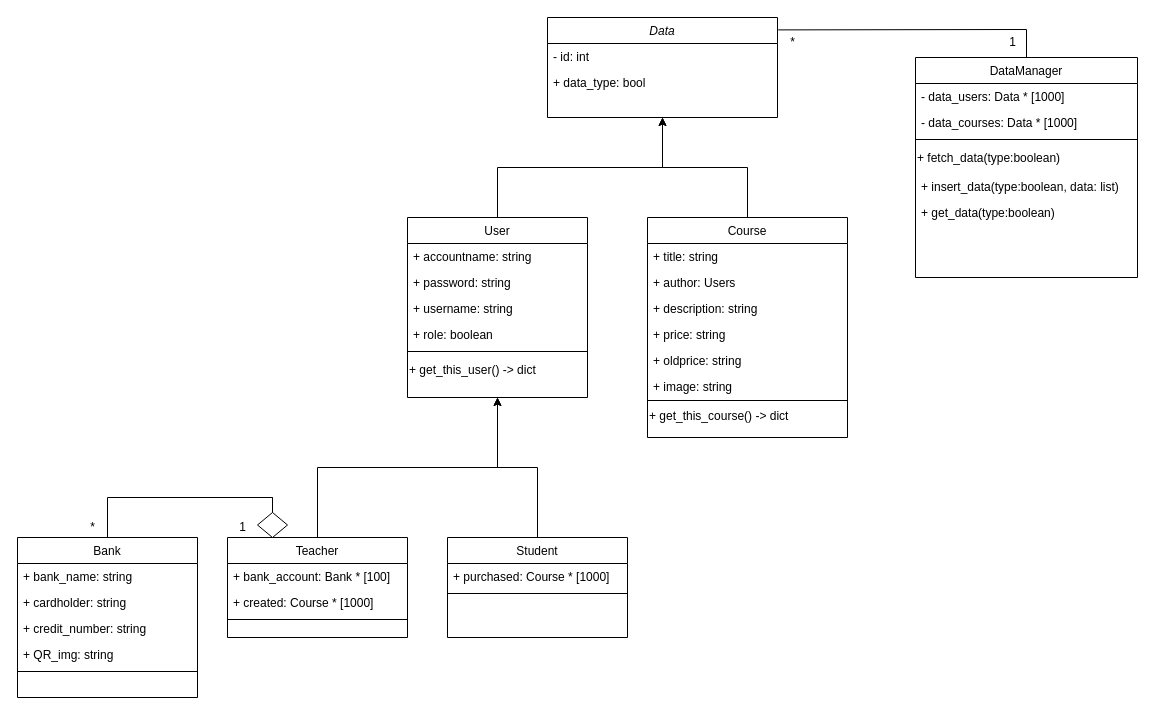
SharkTien/Tengee keeps this draw.io diagram as report/uml.drawio. Above is the earlier version. Source tidied: cells renumbered, new cells numbered last; positions are measured from the earlier drawing's top-left corner, leaving out a move shared by most shapes. Both pictures are drawn from the tidied source at 100%, with x=0, y=0 at pixel (17, 17).
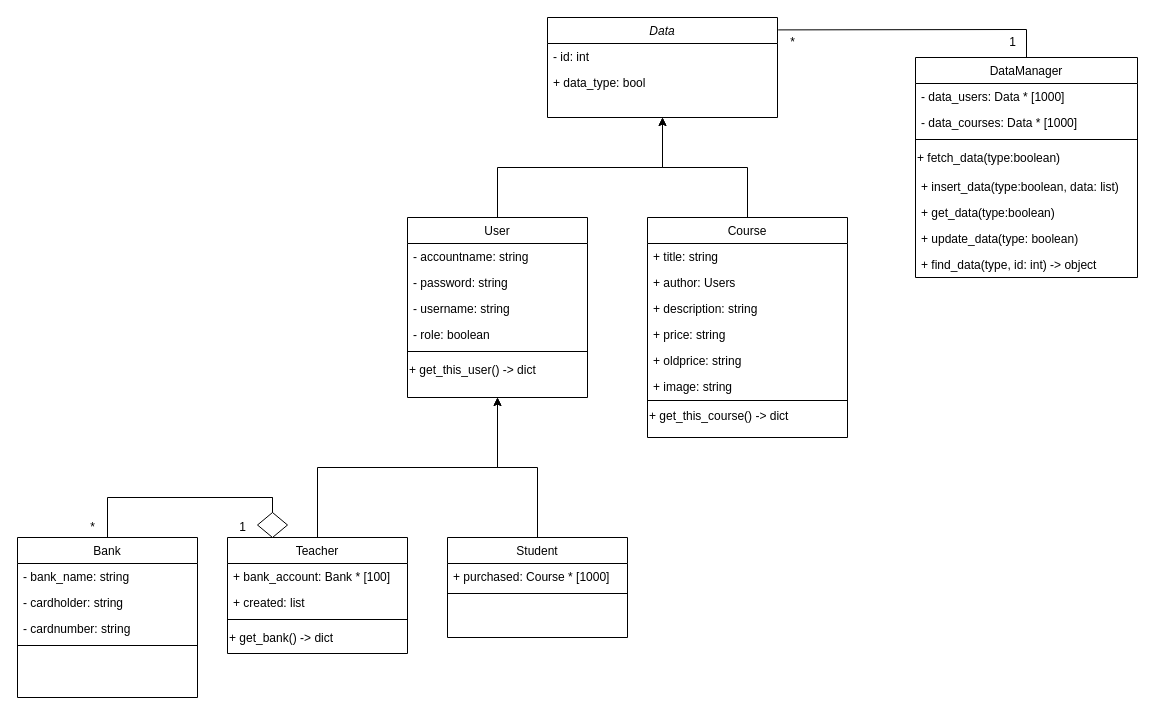
After the change.

Unchanged cells that the change refers to:
```xml
<mxCell id="15" value="DataManager" style="swimlane;fontStyle=0;align=center;verticalAlign=top;horizontal=1;startSize=26;rounded=0;shadow=0;strokeWidth=1;" parent="1" vertex="1">
  <mxGeometry x="898" y="40" width="222" height="220" as="geometry" />
</mxCell>
<mxCell id="23" value="User" style="swimlane;fontStyle=0;align=center;verticalAlign=top;horizontal=1;startSize=26;rounded=0;shadow=0;strokeWidth=1;" parent="1" vertex="1">
  <mxGeometry x="390" y="200" width="180" height="180" as="geometry" />
</mxCell>
<mxCell id="39" value="Bank" style="swimlane;fontStyle=0;align=center;verticalAlign=top;horizontal=1;startSize=26;rounded=0;shadow=0;strokeWidth=1;" parent="1" vertex="1">
  <mxGeometry y="520" width="180" height="160" as="geometry" />
</mxCell>
```

The edit, as a diff of the source:
```diff
@@
+    <mxCell id="53" value="+ update_data(type: boolean)" style="text;align=left;verticalAlign=top;spacingLeft=4;spacingRight=4;overflow=hidden;" parent="15" vertex="1">
+      <mxGeometry y="168" width="222" height="26" as="geometry" />
+    </mxCell>
+    <mxCell id="54" value="+ find_data(type, id: int) -&gt; object" style="text;align=left;verticalAlign=top;spacingLeft=4;spacingRight=4;overflow=hidden;" parent="15" vertex="1">
+      <mxGeometry y="194" width="222" height="26" as="geometry" />
+    </mxCell>
@@
-    <mxCell id="24" value="+ accountname: string" style="text;align=left;verticalAlign=top;spacingLeft=4;spacingRight=4;overflow=hidden;" parent="23" vertex="1">
+    <mxCell id="24" value="- accountname: string" style="text;align=left;verticalAlign=top;spacingLeft=4;spacingRight=4;overflow=hidden;" parent="23" vertex="1">
       <mxGeometry y="26" width="180" height="26" as="geometry" />
     </mxCell>
-    <mxCell id="25" value="+ password: string" style="text;align=left;verticalAlign=top;spacingLeft=4;spacingRight=4;overflow=hidden;rounded=0;shadow=0;html=0;" parent="23" vertex="1">
+    <mxCell id="25" value="- password: string" style="text;align=left;verticalAlign=top;spacingLeft=4;spacingRight=4;overflow=hidden;rounded=0;shadow=0;html=0;" parent="23" vertex="1">
       <mxGeometry y="52" width="180" height="26" as="geometry" />
     </mxCell>
-    <mxCell id="26" value="+ username: string" style="text;align=left;verticalAlign=top;spacingLeft=4;spacingRight=4;overflow=hidden;rounded=0;shadow=0;html=0;" parent="23" vertex="1">
+    <mxCell id="26" value="- username: string" style="text;align=left;verticalAlign=top;spacingLeft=4;spacingRight=4;overflow=hidden;rounded=0;shadow=0;html=0;" parent="23" vertex="1">
       <mxGeometry y="78" width="180" height="26" as="geometry" />
     </mxCell>
-    <mxCell id="27" value="+ role: boolean" style="text;align=left;verticalAlign=top;spacingLeft=4;spacingRight=4;overflow=hidden;rounded=0;shadow=0;html=0;" parent="23" vertex="1">
+    <mxCell id="27" value="- role: boolean" style="text;align=left;verticalAlign=top;spacingLeft=4;spacingRight=4;overflow=hidden;rounded=0;shadow=0;html=0;" parent="23" vertex="1">
       <mxGeometry y="104" width="180" height="26" as="geometry" />
     </mxCell>
@@
     <mxCell id="31" value="Teacher" style="swimlane;fontStyle=0;align=center;verticalAlign=top;horizontal=1;startSize=26;rounded=0;shadow=0;strokeWidth=1;" parent="1" vertex="1">
-      <mxGeometry x="210" y="520" width="180" height="100" as="geometry" />
+      <mxGeometry x="210" y="520" width="180" height="116" as="geometry" />
     </mxCell>
@@
-    <mxCell id="33" value="+ created: Course * [1000]" style="text;align=left;verticalAlign=top;spacingLeft=4;spacingRight=4;overflow=hidden;rounded=0;shadow=0;html=0;" parent="31" vertex="1">
+    <mxCell id="33" value="+ created: list" style="text;align=left;verticalAlign=top;spacingLeft=4;spacingRight=4;overflow=hidden;rounded=0;shadow=0;html=0;" parent="31" vertex="1">
       <mxGeometry y="52" width="180" height="26" as="geometry" />
     </mxCell>
@@
+    <mxCell id="55" value="+ get_bank() -&amp;gt; dict" style="text;html=1;align=left;verticalAlign=middle;strokeColor=none;fillColor=none;" parent="31" vertex="1">
+      <mxGeometry y="86" width="180" height="30" as="geometry" />
+    </mxCell>
@@
-    <mxCell id="40" value="+ bank_name: string" style="text;align=left;verticalAlign=top;spacingLeft=4;spacingRight=4;overflow=hidden;rounded=0;shadow=0;html=0;" parent="39" vertex="1">
+    <mxCell id="40" value="- bank_name: string" style="text;align=left;verticalAlign=top;spacingLeft=4;spacingRight=4;overflow=hidden;rounded=0;shadow=0;html=0;" parent="39" vertex="1">
       <mxGeometry y="26" width="180" height="26" as="geometry" />
     </mxCell>
-    <mxCell id="41" value="+ cardholder: string" style="text;align=left;verticalAlign=top;spacingLeft=4;spacingRight=4;overflow=hidden;rounded=0;shadow=0;html=0;" parent="39" vertex="1">
+    <mxCell id="41" value="- cardholder: string" style="text;align=left;verticalAlign=top;spacingLeft=4;spacingRight=4;overflow=hidden;rounded=0;shadow=0;html=0;" parent="39" vertex="1">
       <mxGeometry y="52" width="180" height="26" as="geometry" />
     </mxCell>
-    <mxCell id="42" value="+ credit_number: string" style="text;align=left;verticalAlign=top;spacingLeft=4;spacingRight=4;overflow=hidden;rounded=0;shadow=0;html=0;" parent="39" vertex="1">
+    <mxCell id="42" value="- cardnumber: string" style="text;align=left;verticalAlign=top;spacingLeft=4;spacingRight=4;overflow=hidden;rounded=0;shadow=0;html=0;" parent="39" vertex="1">
       <mxGeometry y="78" width="180" height="26" as="geometry" />
     </mxCell>
-    <mxCell id="43" value="+ QR_img: string" style="text;align=left;verticalAlign=top;spacingLeft=4;spacingRight=4;overflow=hidden;rounded=0;shadow=0;html=0;" parent="39" vertex="1">
-      <mxGeometry y="104" width="180" height="26" as="geometry" />
-    </mxCell>
     <mxCell id="44" style="line;html=1;strokeWidth=1;align=left;verticalAlign=middle;spacingTop=-1;spacingLeft=3;spacingRight=3;labelPosition=right;" parent="39" vertex="1">
-      <mxGeometry y="130" width="180" height="8" as="geometry" />
+      <mxGeometry y="104" width="180" height="8" as="geometry" />
     </mxCell>
```
